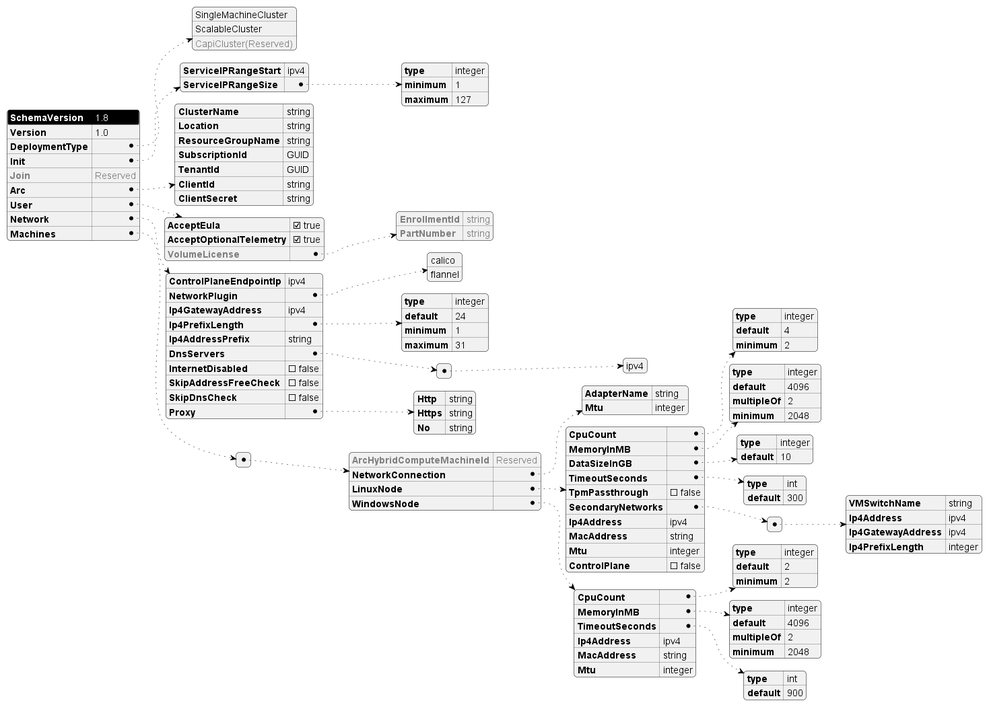
Azure/AKS-Edge keeps this PlantUML diagram as tools/modules/AksEdgeDeploy/AksEdgeSchema.png. Above is the earlier version.
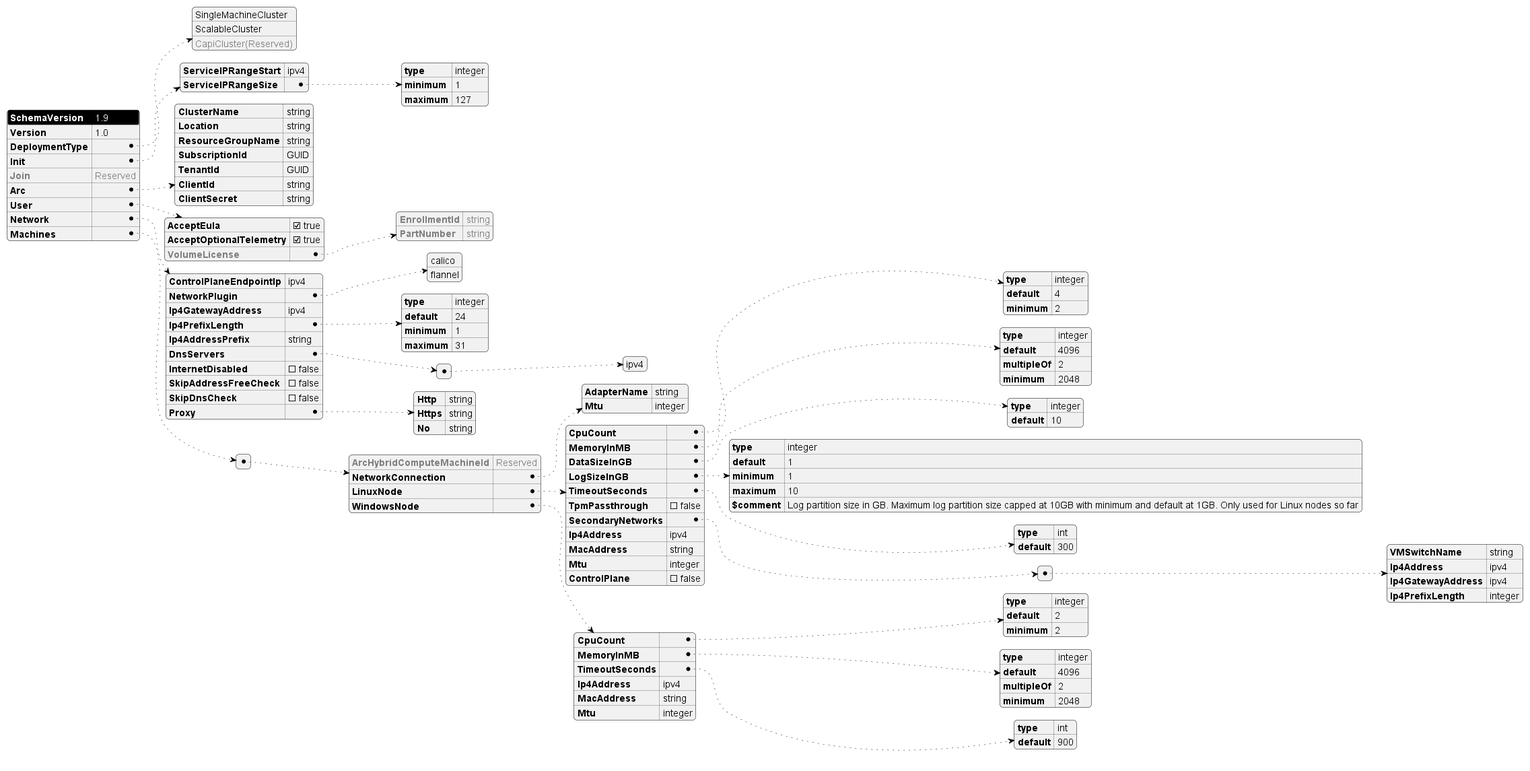
After the change.

Commit message:
Updated the json schema version to 1.9

What changed in the source:
```diff
@@ -21,7 +21,7 @@
 </style>
 #highlight "SchemaVersion"
 {
-    "SchemaVersion": "1.8",
+    "SchemaVersion": "1.9",
     "Version": "1.0",
     "DeploymentType": [
             "SingleMachineCluster",
@@ -100,6 +100,13 @@
                 "type": "integer",
                 "default": 10
             },
+            "LogSizeInGB": {
+                "type": "integer",
+                "default": 1,
+                "minimum" : 1,
+                "maximum" : 10,
+                "$comment": "Log partition size in GB. Maximum log partition size capped at 10GB with minimum and default at 1GB. Only used for Linux nodes so far"
+            },
             "TimeoutSeconds": {
                 "type": "int",
                 "default": 300
```
